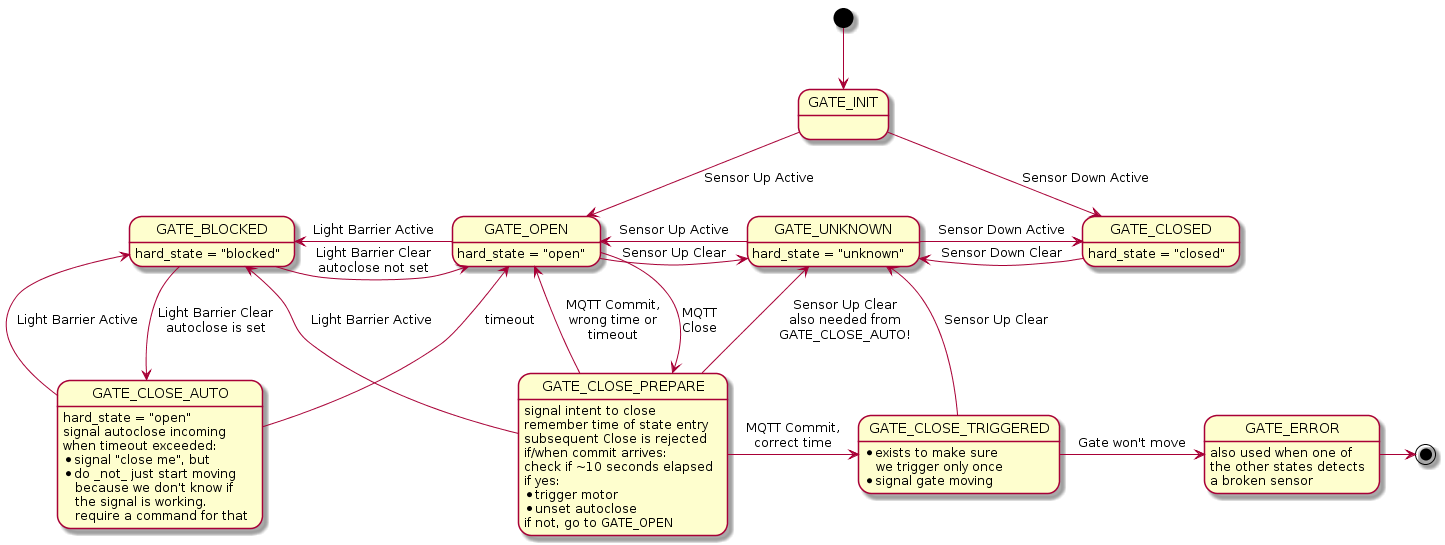
The PlantUML diagram docs/statemachine.png in Svedrin/gatecontrol, before a commit.
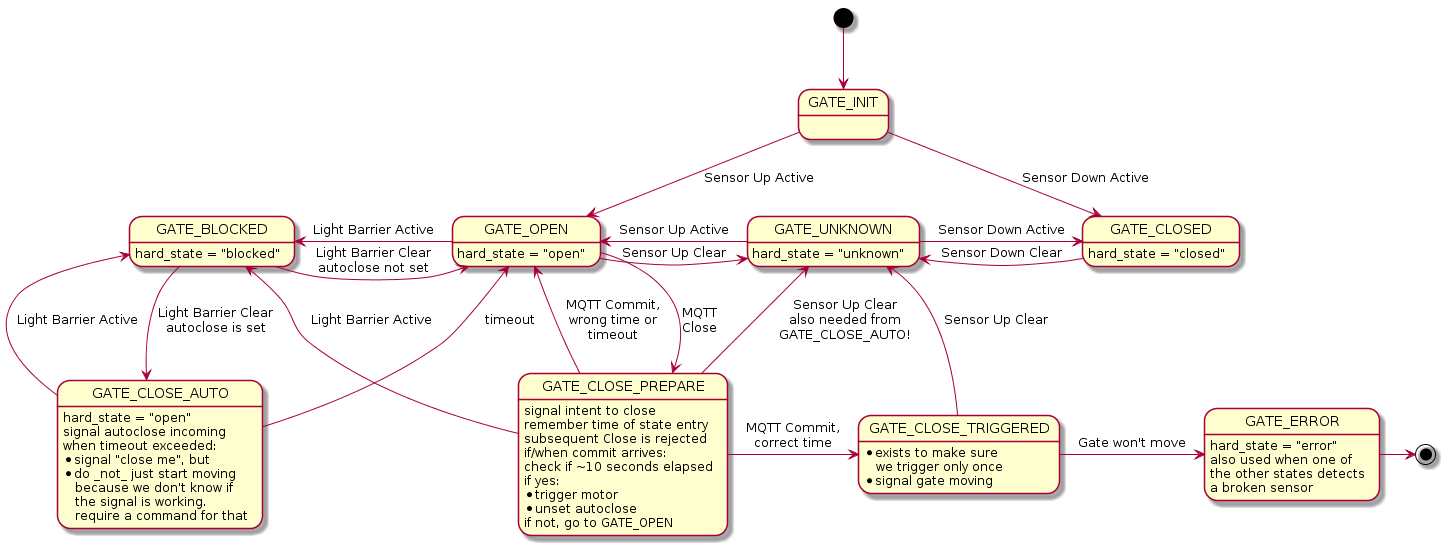
Later version of the same file.

Commit message:
add diagram name

Diff of the diagram source:
```diff
@@ -1,4 +1,4 @@
-@startuml
+@startuml statemachine
 
 [*] --> GATE_INIT
 
@@ -51,6 +51,7 @@
 GATE_CLOSE_TRIGGERED: * signal gate moving
 
 GATE_ERROR           -right->  [*]
+GATE_ERROR: hard_state = "error"
 GATE_ERROR: also used when one of
 GATE_ERROR: the other states detects
 GATE_ERROR: a broken sensor
```
